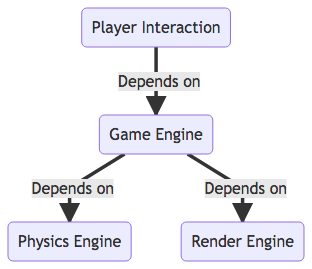
Before: doc/proposed_design.png, a diagram exported from Mermaid (qdx/butterfly). Its source is kept beside it as doc/proposed_design.mmd.
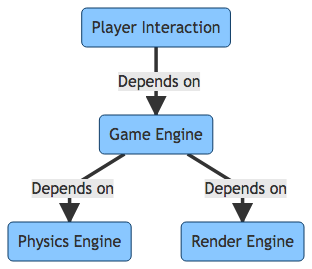
The same diagram one commit later.

Commit message:
Style the proposed design graph to distinguish it with other diagram

Change to the diagram source:
```diff
@@ -2,3 +2,7 @@
 A(Player Interaction) ==>|Depends on| B(Game Engine)
 B ==>|Depends on| C(Physics Engine)
 B ==>|Depends on| D(Render Engine)
+style A fill:#89c7ff,stroke:#0e3c66
+style B fill:#89c7ff,stroke:#0e3c66
+style C fill:#89c7ff,stroke:#0e3c66
+style D fill:#89c7ff,stroke:#0e3c66
```
